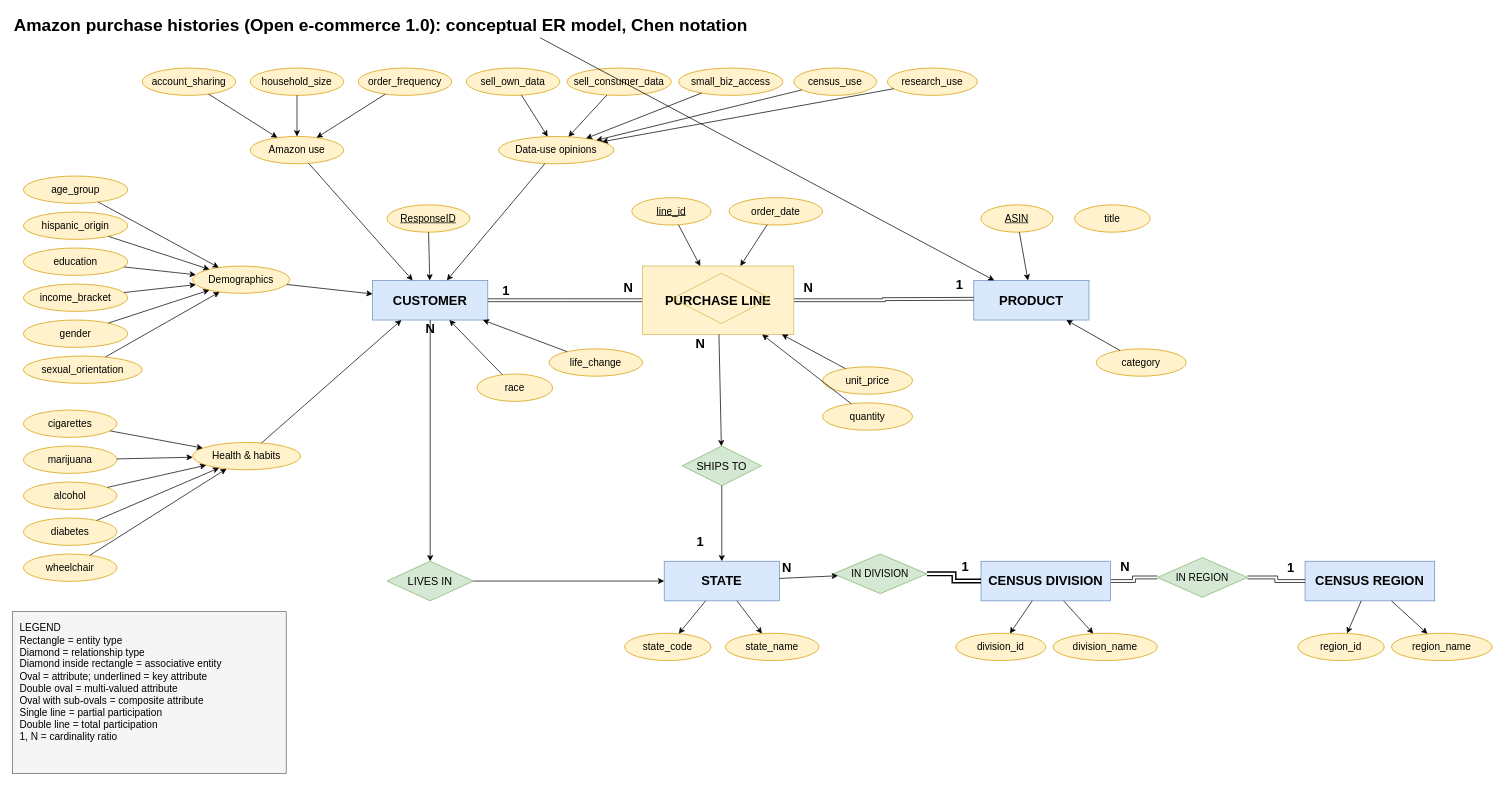
Manomaysubban-Narasimha/data201-group3-project keeps this draw.io diagram as assets/ER Diagram.drawio.xml. Above is the earlier version. Source tidied: cells renumbered, new cells numbered last; positions are measured from the earlier drawing's top-left corner, leaving out a move shared by most shapes. Both pictures are drawn from the tidied source at 72%, with x=0, y=0 at pixel (12, 12).
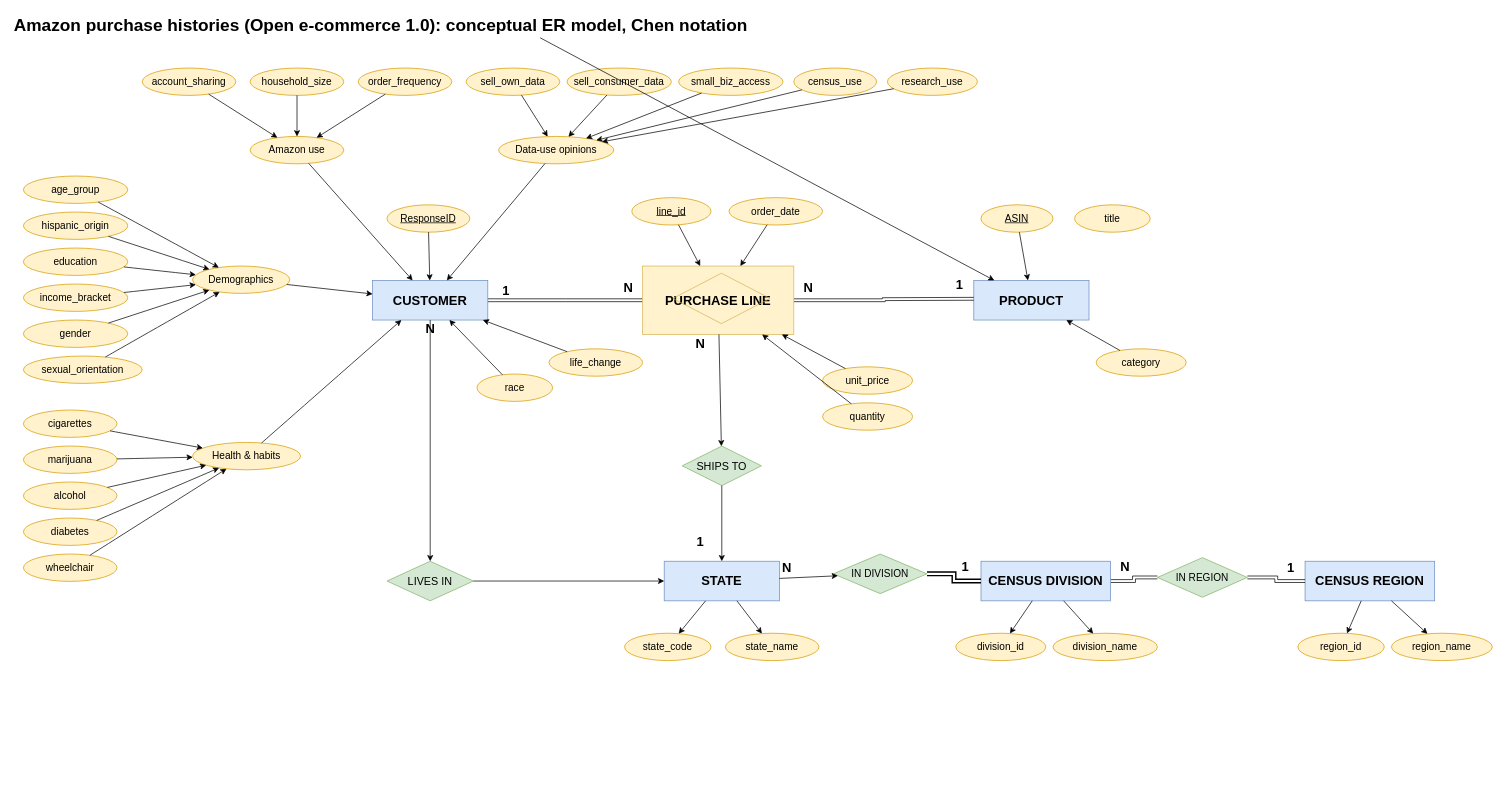
The same page after the edit.

Diff of the diagram source:
```diff
@@
-    <mxCell id="3" value="LEGEND&lt;br&gt;Rectangle = entity type&lt;br&gt;Diamond = relationship type&lt;br&gt;Diamond inside rectangle = associative entity&lt;br&gt;Oval = attribute; underlined = key attribute&lt;br&gt;Double oval = multi-valued attribute&lt;br&gt;Oval with sub-ovals = composite attribute&lt;br&gt;Single line = partial participation&lt;br&gt;Double line = total participation&lt;br&gt;1, N = cardinality ratio" style="rounded=0;whiteSpace=wrap;html=1;fillColor=#f5f5f5;strokeColor=#666;align=left;verticalAlign=top;spacing=10;fontSize=14;" parent="1" vertex="1">
-      <mxGeometry y="832" width="380" height="225" as="geometry" />
-    </mxCell>
```
